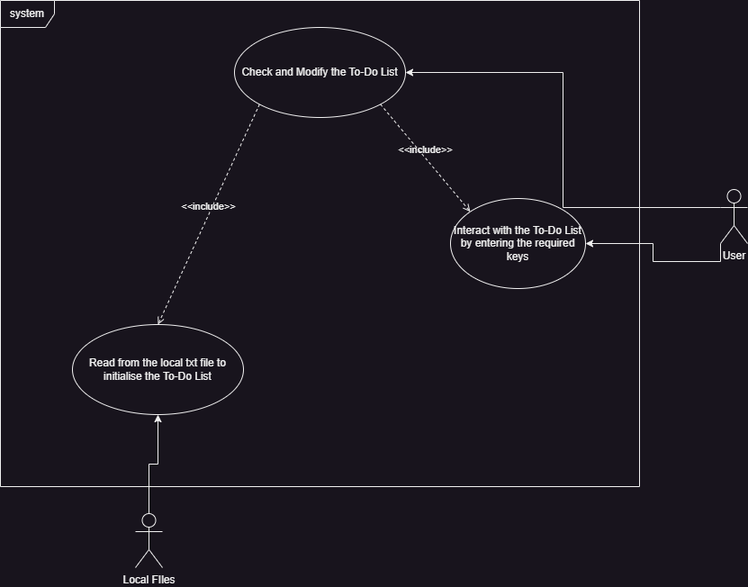
Before: uml_diagrams/images/use_case_diagram.png, a diagram exported from draw.io (EvatsugDnalloR/ToDoListConsoleApplication). Source tidied: cells renumbered, new cells last; positions are measured from the earlier drawing's top-left corner, leaving out a move shared by most shapes. Its diagram source:
```xml
<mxGraphModel>
  <root>
    <mxCell id="0" />
    <mxCell id="1" parent="0" />
    <mxCell id="2" value="system" style="shape=umlFrame;whiteSpace=wrap;html=1;" parent="1" vertex="1">
      <mxGeometry width="710" height="540" as="geometry" />
    </mxCell>
    <mxCell id="3" style="edgeStyle=orthogonalEdgeStyle;rounded=0;jettySize=auto;html=1;exitX=0;exitY=1;exitDx=0;exitDy=0;exitPerimeter=0;entryX=1;entryY=0.5;entryDx=0;entryDy=0;" parent="1" edge="1" source="5" target="9">
      <mxGeometry relative="1" as="geometry" />
    </mxCell>
    <mxCell id="4" style="edgeStyle=orthogonalEdgeStyle;rounded=0;jettySize=auto;html=1;exitX=0;exitY=0.3333333333333333;exitDx=0;exitDy=0;exitPerimeter=0;entryX=1;entryY=0.5;entryDx=0;entryDy=0;" parent="1" edge="1" source="5" target="8">
      <mxGeometry relative="1" as="geometry" />
    </mxCell>
    <mxCell id="5" value="User" style="shape=umlActor;verticalLabelPosition=bottom;verticalAlign=top;html=1;" parent="1" vertex="1">
      <mxGeometry x="800" y="210" width="30" height="60" as="geometry" />
    </mxCell>
    <mxCell id="6" style="edgeStyle=orthogonalEdgeStyle;rounded=0;jettySize=auto;html=1;exitX=0.5;exitY=0;exitDx=0;exitDy=0;exitPerimeter=0;entryX=0.5;entryY=1;entryDx=0;entryDy=0;" parent="1" edge="1" source="7" target="10">
      <mxGeometry relative="1" as="geometry" />
    </mxCell>
    <mxCell id="7" value="&lt;div&gt;&lt;span style=&quot;background-color: initial;&quot;&gt;Local FIles&lt;/span&gt;&lt;br&gt;&lt;/div&gt;" style="shape=umlActor;verticalLabelPosition=bottom;verticalAlign=top;html=1;" parent="1" vertex="1">
      <mxGeometry x="150" y="570" width="30" height="60" as="geometry" />
    </mxCell>
    <mxCell id="8" value="Check and Modify the To-Do&lt;span style=&quot;background-color: initial;&quot;&gt;&amp;nbsp;List&lt;/span&gt;" style="ellipse;whiteSpace=wrap;html=1;" parent="1" vertex="1">
      <mxGeometry x="260" y="30" width="190" height="100" as="geometry" />
    </mxCell>
    <mxCell id="9" value="Interact with the To-Do List by entering the required keys" style="ellipse;whiteSpace=wrap;html=1;" parent="1" vertex="1">
      <mxGeometry x="500" y="220" width="150" height="100" as="geometry" />
    </mxCell>
    <mxCell id="10" value="Read from the local txt file to initialise the To-Do List" style="ellipse;whiteSpace=wrap;html=1;" parent="1" vertex="1">
      <mxGeometry x="80" y="360" width="190" height="100" as="geometry" />
    </mxCell>
    <mxCell id="11" value="&amp;lt;&amp;lt;include&amp;gt;&amp;gt;" style="html=1;verticalAlign=bottom;labelBackgroundColor=none;endArrow=open;endFill=0;dashed=1;rounded=0;exitX=0;exitY=1;exitDx=0;exitDy=0;entryX=0.5;entryY=0;entryDx=0;entryDy=0;" parent="1" edge="1" source="8" target="10">
      <mxGeometry relative="1" as="geometry" />
    </mxCell>
    <mxCell id="12" value="&amp;lt;&amp;lt;include&amp;gt;&amp;gt;" style="html=1;verticalAlign=bottom;labelBackgroundColor=none;endArrow=open;endFill=0;dashed=1;rounded=0;exitX=1;exitY=1;exitDx=0;exitDy=0;entryX=0;entryY=0;entryDx=0;entryDy=0;" parent="1" edge="1" source="8" target="9">
      <mxGeometry relative="1" as="geometry" />
    </mxCell>
  </root>
</mxGraphModel>
```
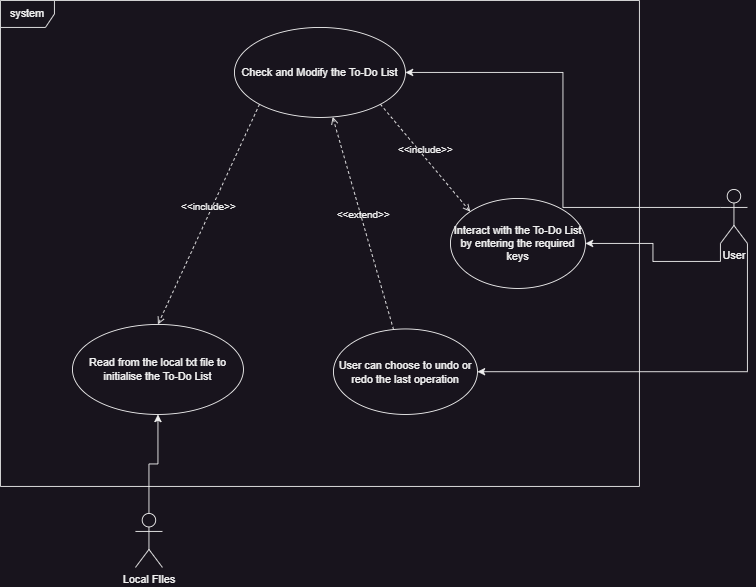
After the change.

Commit message:
updated uml diagram images shown in README.md

Change to the diagram source:
```diff
@@ -11,6 +11,9 @@
     <mxCell id="4" style="edgeStyle=orthogonalEdgeStyle;rounded=0;jettySize=auto;html=1;exitX=0;exitY=0.3333333333333333;exitDx=0;exitDy=0;exitPerimeter=0;entryX=1;entryY=0.5;entryDx=0;entryDy=0;" parent="1" edge="1" source="5" target="8">
       <mxGeometry relative="1" as="geometry" />
     </mxCell>
+    <mxCell id="13" style="edgeStyle=orthogonalEdgeStyle;rounded=0;jettySize=auto;html=1;exitX=1;exitY=1;exitDx=0;exitDy=0;exitPerimeter=0;entryX=1;entryY=0.5;entryDx=0;entryDy=0;" parent="1" edge="1" source="5" target="14">
+      <mxGeometry relative="1" as="geometry" />
+    </mxCell>
     <mxCell id="5" value="User" style="shape=umlActor;verticalLabelPosition=bottom;verticalAlign=top;html=1;" parent="1" vertex="1">
       <mxGeometry x="800" y="210" width="30" height="60" as="geometry" />
     </mxCell>
@@ -35,5 +38,11 @@
     <mxCell id="12" value="&amp;lt;&amp;lt;include&amp;gt;&amp;gt;" style="html=1;verticalAlign=bottom;labelBackgroundColor=none;endArrow=open;endFill=0;dashed=1;rounded=0;exitX=1;exitY=1;exitDx=0;exitDy=0;entryX=0;entryY=0;entryDx=0;entryDy=0;" parent="1" edge="1" source="8" target="9">
       <mxGeometry relative="1" as="geometry" />
     </mxCell>
+    <mxCell id="14" value="User can choose to undo or redo the last operation" style="ellipse;whiteSpace=wrap;html=1;" parent="1" vertex="1">
+      <mxGeometry x="370" y="365" width="160" height="95" as="geometry" />
+    </mxCell>
+    <mxCell id="15" value="&amp;lt;&amp;lt;extend&amp;gt;&amp;gt;" style="html=1;verticalAlign=bottom;labelBackgroundColor=none;endArrow=open;endFill=0;dashed=1;rounded=0;" parent="1" edge="1" source="14" target="8">
+      <mxGeometry relative="1" as="geometry" />
+    </mxCell>
   </root>
 </mxGraphModel>
```
